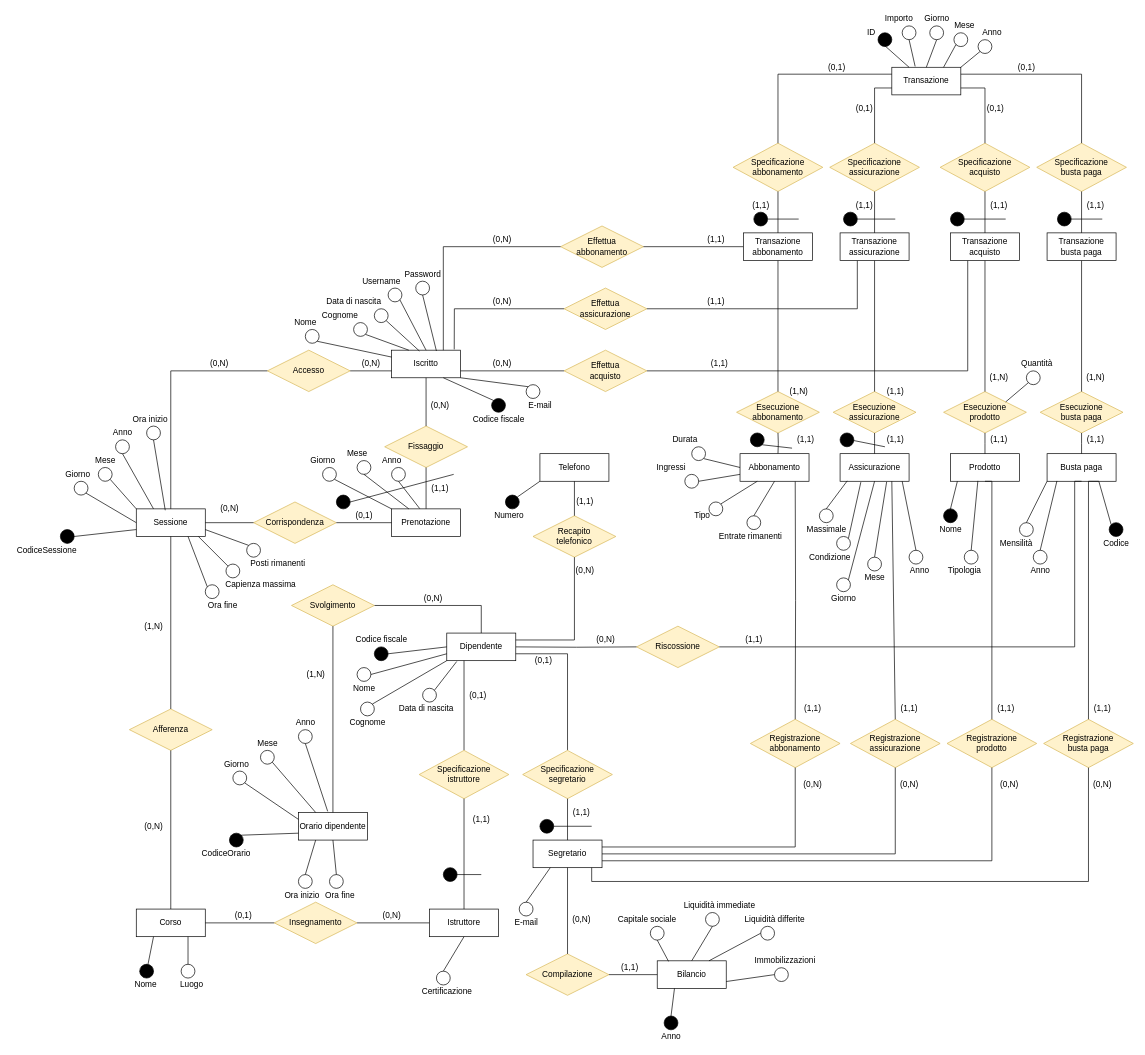
Above: Diagrammi ER/ER_ristrutturato.drawio in DavideNunin/anconarockclimb (draw.io), before the change. Source tidied: cells renumbered, new cells numbered last; positions are measured from the earlier drawing's top-left corner, leaving out a move shared by most shapes. Both pictures are drawn from the tidied source at 69%, with x=0, y=0 at pixel (12, 12).
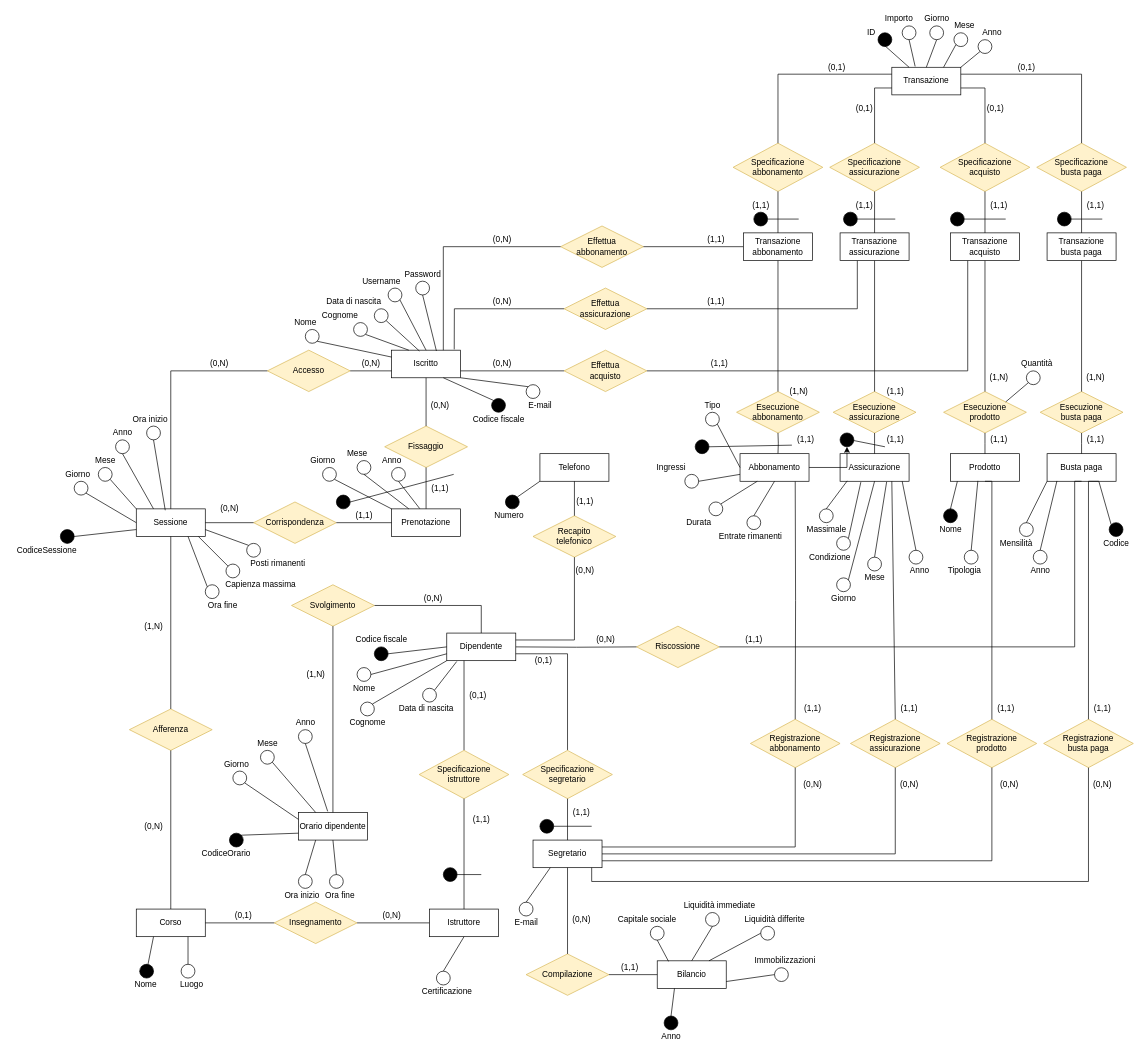
After the change.

The change refers to these unchanged cells:
```xml
<mxCell id="126" value="(1,1)" style="text;html=1;align=center;verticalAlign=middle;points=[];strokeColor=none;fillColor=none;" parent="1" vertex="1">
  <mxGeometry x="1130" y="610" width="40" height="20" as="geometry" />
</mxCell>
<mxCell id="158" style="ellipse;whiteSpace=wrap;html=1;glass=0;fillColor=#000000;" parent="1" vertex="1">
  <mxGeometry x="1200" y="610" width="20" height="20" as="geometry" />
</mxCell>
<mxCell id="230" value="Abbonamento" style="whiteSpace=wrap;html=1;align=center;" parent="1" vertex="1">
  <mxGeometry x="1055" y="640" width="100" height="40" as="geometry" />
</mxCell>
```

The edit, as a diff of the source:
```diff
@@
     <mxCell id="83" style="ellipse;whiteSpace=wrap;html=1;glass=0;fillColor=#000000;" parent="1" vertex="1">
-      <mxGeometry x="1070" y="610" width="20" height="20" as="geometry" />
+      <mxGeometry x="990" y="620" width="20" height="20" as="geometry" />
     </mxCell>
-    <mxCell id="84" style="endArrow=none;html=1;rounded=0;exitX=1;exitY=1;exitDx=0;exitDy=0;entryX=0.01;entryY=1.1;entryDx=0;entryDy=0;entryPerimeter=0;" parent="1" edge="1" source="83" target="126">
+    <mxCell id="84" style="endArrow=none;html=1;rounded=0;entryX=0.004;entryY=0.882;entryDx=0;entryDy=0;entryPerimeter=0;exitX=1;exitY=0.5;exitDx=0;exitDy=0;" parent="1" edge="1" source="83" target="126">
       <mxGeometry relative="1" as="geometry" />
     </mxCell>
@@
-    <mxCell id="109" value="(0,1)" style="text;html=1;align=center;verticalAlign=middle;strokeColor=none;fillColor=none;" parent="1" vertex="1">
+    <mxCell id="109" value="(1,1)" style="text;html=1;align=center;verticalAlign=middle;strokeColor=none;fillColor=none;" parent="1" vertex="1">
       <mxGeometry x="490" y="720" width="40" height="20" as="geometry" />
     </mxCell>
@@
+    <mxCell id="345" style="edgeStyle=orthogonalEdgeStyle;rounded=0;jettySize=auto;html=1;" parent="1" edge="1" source="230" target="158">
+      <mxGeometry relative="1" as="geometry" />
+    </mxCell>
@@
     <mxCell id="235" style="ellipse;whiteSpace=wrap;html=1;glass=0;" parent="1" vertex="1">
-      <mxGeometry x="985" y="630" width="20" height="20" as="geometry" />
+      <mxGeometry x="1005" y="580" width="20" height="20" as="geometry" />
     </mxCell>
-    <mxCell id="236" value="Durata" style="text;html=1;align=center;verticalAlign=middle;strokeColor=none;fillColor=none;" parent="1" vertex="1">
-      <mxGeometry x="950" y="610" width="50" height="20" as="geometry" />
+    <mxCell id="236" value="Tipo" style="text;html=1;align=center;verticalAlign=middle;strokeColor=none;fillColor=none;" parent="1" vertex="1">
+      <mxGeometry x="995" y="560" width="40" height="20" as="geometry" />
     </mxCell>
@@
-    <mxCell id="239" value="Tipo" style="text;html=1;align=center;verticalAlign=middle;strokeColor=none;fillColor=none;" parent="1" vertex="1">
-      <mxGeometry x="980" y="720" width="40" height="20" as="geometry" />
+    <mxCell id="239" value="Durata" style="text;html=1;align=center;verticalAlign=middle;strokeColor=none;fillColor=none;" parent="1" vertex="1">
+      <mxGeometry x="970" y="730" width="50" height="20" as="geometry" />
     </mxCell>
```
